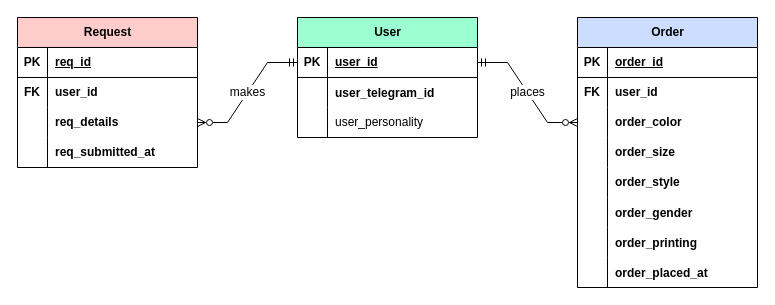
This is page "database" (1 of 2) of docs/diagram.drawio from vintoniuk/anadeabot, a draw.io file, before an edit. Source tidied: cells renumbered, new cells numbered last; positions are measured from the earlier drawing's top-left corner, leaving out a move shared by most shapes. Both pictures are drawn from the tidied source at 100%, with x=0, y=0 at pixel (17, 17).
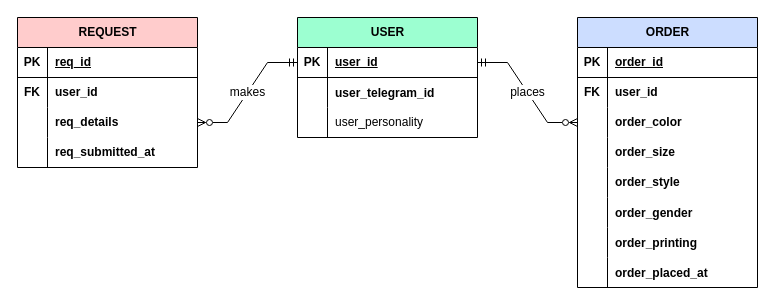
The same page after the edit.

What changed in the source:
```diff
@@
-    <mxCell id="2" value="User" style="shape=table;startSize=30;childLayout=tableLayout;rowLines=0;fontStyle=1;align=center;html=1;fillColor=#9CFFD1;fontFamily=JetBrains Mono;swimlaneFillColor=default;" parent="1" vertex="1">
+    <mxCell id="2" value="USER" style="shape=table;startSize=30;childLayout=tableLayout;rowLines=0;fontStyle=1;align=center;html=1;fillColor=#9CFFD1;fontFamily=JetBrains Mono;swimlaneFillColor=default;" parent="1" vertex="1">
       <mxGeometry x="280" width="180" height="120" as="geometry" />
     </mxCell>
@@
-    <mxCell id="12" value="Order" style="shape=table;startSize=30;childLayout=tableLayout;rowLines=0;fontStyle=1;align=center;html=1;fillColor=#CCDDFF;fontFamily=JetBrains Mono;rounded=0;shadow=0;swimlaneFillColor=default;swimlaneLine=1;gradientColor=none;" parent="1" vertex="1">
+    <mxCell id="12" value="ORDER" style="shape=table;startSize=30;childLayout=tableLayout;rowLines=0;fontStyle=1;align=center;html=1;fillColor=#CCDDFF;fontFamily=JetBrains Mono;rounded=0;shadow=0;swimlaneFillColor=default;swimlaneLine=1;gradientColor=none;" parent="1" vertex="1">
       <mxGeometry x="560" width="180" height="270" as="geometry" />
     </mxCell>
@@
-    <mxCell id="37" value="Request" style="shape=table;startSize=30;childLayout=tableLayout;rowLines=0;fontStyle=1;align=center;html=1;fillColor=#FFCCCC;fontFamily=JetBrains Mono;swimlaneFillColor=default;" parent="1" vertex="1">
+    <mxCell id="37" value="REQUEST" style="shape=table;startSize=30;childLayout=tableLayout;rowLines=0;fontStyle=1;align=center;html=1;fillColor=#FFCCCC;fontFamily=JetBrains Mono;swimlaneFillColor=default;" parent="1" vertex="1">
       <mxGeometry width="180" height="150" as="geometry" />
     </mxCell>
```
